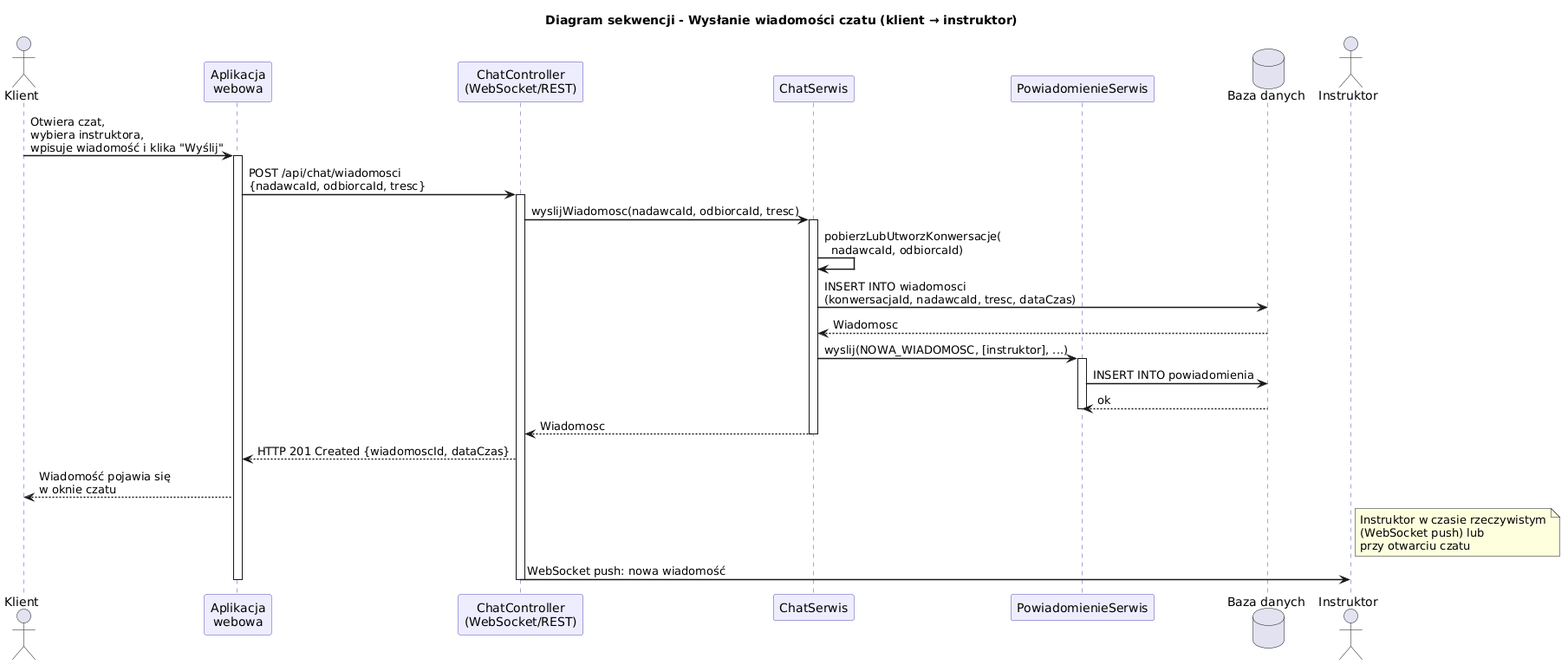
lukaszdeja/Delfinek keeps this PlantUML diagram as DiagramySekwencji/wiadomosciSekwencja.png. Above is the earlier version.
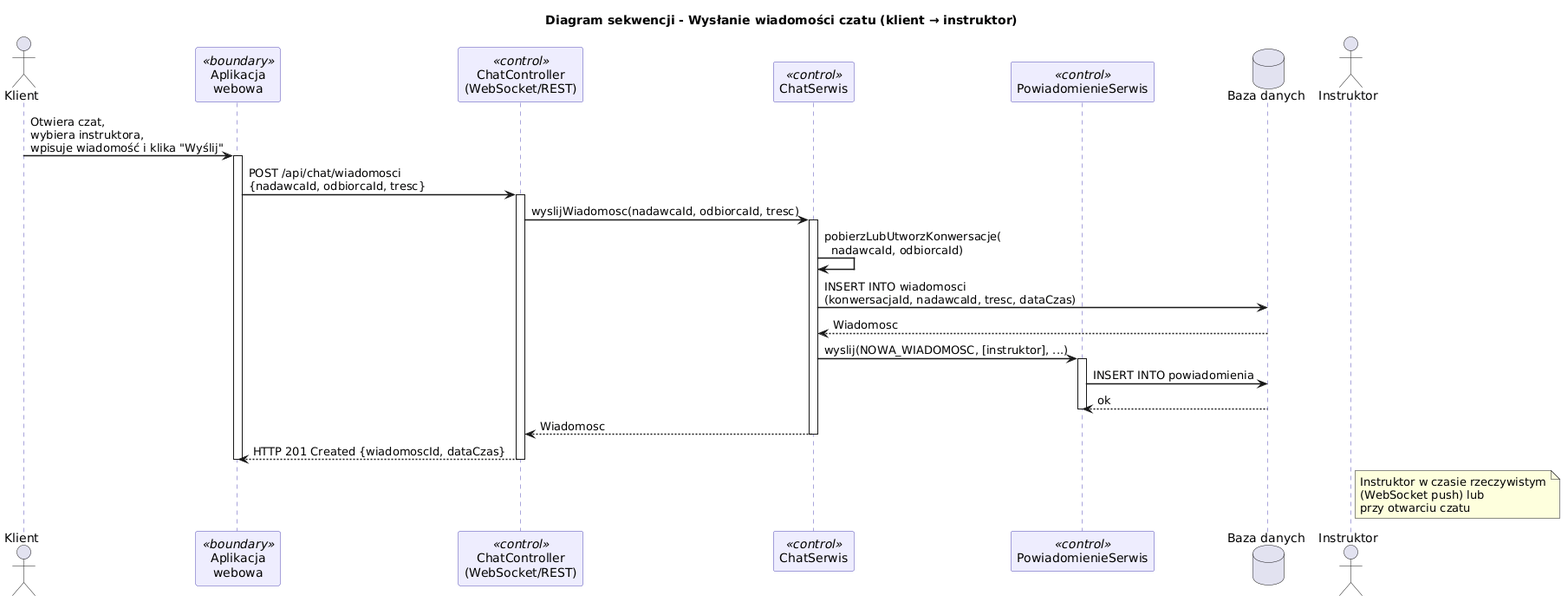
After the commit.

Diff of the diagram source:
```diff
@@ -7,10 +7,10 @@
 skinparam sequenceLifeLineBorderColor #534AB7
 
 actor Klient as K
-participant "Aplikacja\nwebowa" as UI
-participant "ChatController\n(WebSocket/REST)" as CTRL
-participant "ChatSerwis" as CS
-participant "PowiadomienieSerwis" as PS
+participant "Aplikacja\nwebowa" as UI <<boundary>>
+participant "ChatController\n(WebSocket/REST)" as CTRL <<control>>
+participant "ChatSerwis" as CS <<control>>
+participant "PowiadomienieSerwis" as PS <<control>>
 database "Baza danych" as DB
 actor Instruktor as I
 
@@ -38,11 +38,9 @@
 deactivate CS
 
 CTRL --> UI : HTTP 201 Created {wiadomoscId, dataCzas}
-UI --> K : Wiadomość pojawia się\nw oknie czatu
 
 note right of I : Instruktor w czasie rzeczywistym\n(WebSocket push) lub\nprzy otwarciu czatu
 
-CTRL -> I : WebSocket push: nowa wiadomość
 deactivate CTRL
 deactivate UI
 @enduml
```
